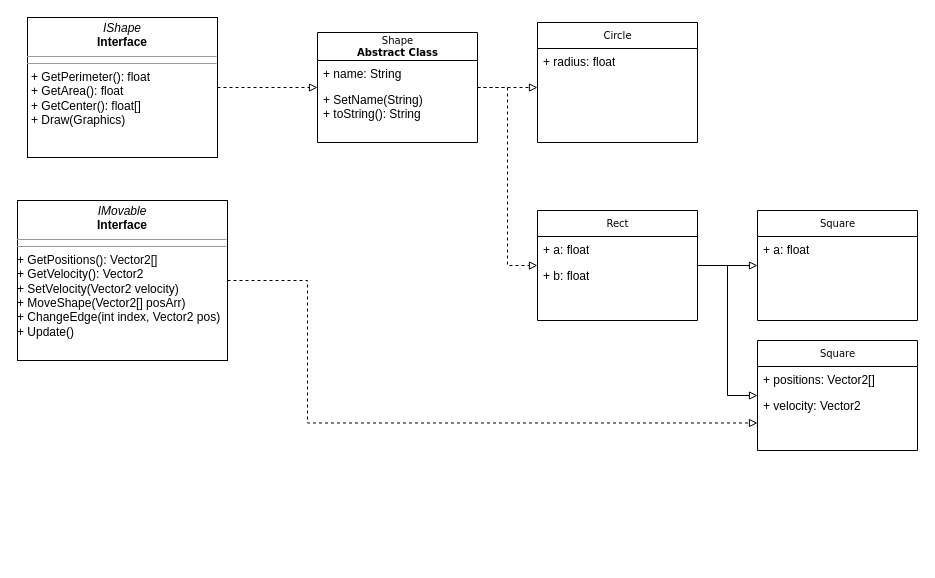
Earlier version of the draw.io diagram Graphs/Prac1.drawio (kremnev8/JavaStudy). Source tidied: cells renumbered, new cells numbered last; positions are measured from the earlier drawing's top-left corner, leaving out a move shared by most shapes. Both pictures are drawn from the tidied source at 100%, with x=0, y=0 at pixel (17, 17).
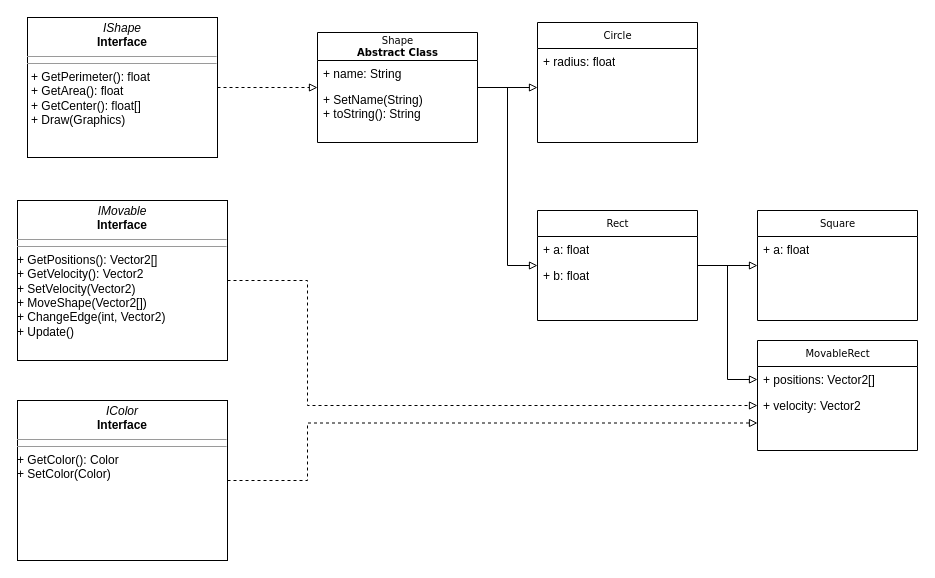
Above is the later version.

The change refers to these unchanged cells:
```xml
<mxCell id="7" value="&lt;div&gt;Shape&lt;/div&gt;&lt;div&gt;&lt;b&gt;Abstract Class&lt;/b&gt;&lt;/div&gt;" style="swimlane;html=1;fontStyle=0;horizontal=1;startSize=28;fillColor=none;swimlaneFillColor=#ffffff;rounded=0;shadow=0;comic=0;labelBackgroundColor=none;strokeWidth=1;fontFamily=Verdana;fontSize=10;align=center;" parent="1" vertex="1">
  <mxGeometry x="300" y="15" width="160" height="110" as="geometry" />
</mxCell>
<mxCell id="15" value="Rect" style="swimlane;html=1;fontStyle=0;horizontal=1;startSize=26;fillColor=none;swimlaneFillColor=#ffffff;rounded=0;shadow=0;comic=0;labelBackgroundColor=none;strokeWidth=1;fontFamily=Verdana;fontSize=10;align=center;" parent="1" vertex="1">
  <mxGeometry x="520" y="193" width="160" height="110" as="geometry" />
</mxCell>
<mxCell id="21" value="+ positions: Vector2[]" style="text;html=1;strokeColor=none;fillColor=none;align=left;verticalAlign=top;spacingLeft=4;spacingRight=4;whiteSpace=wrap;overflow=hidden;points=[[0,0.5],[1,0.5]];portConstraint=eastwest;" parent="20" vertex="1">
  <mxGeometry y="26" width="160" height="26" as="geometry" />
</mxCell>
<mxCell id="22" value="+ velocity: Vector2" style="text;html=1;strokeColor=none;fillColor=none;align=left;verticalAlign=top;spacingLeft=4;spacingRight=4;whiteSpace=wrap;overflow=hidden;points=[[0,0.5],[1,0.5]];portConstraint=eastwest;" parent="20" vertex="1">
  <mxGeometry y="52" width="160" height="26" as="geometry" />
</mxCell>
```

What changed in the source:
```diff
@@
-    <mxCell id="3" style="edgeStyle=orthogonalEdgeStyle;rounded=0;jettySize=auto;html=1;entryX=0;entryY=0.75;entryDx=0;entryDy=0;endArrow=block;endFill=0;dashed=1;" parent="1" edge="1" source="4" target="20">
+    <mxCell id="3" style="edgeStyle=orthogonalEdgeStyle;rounded=0;jettySize=auto;html=1;endArrow=block;endFill=0;dashed=1;entryX=0;entryY=0.5;entryDx=0;entryDy=0;" parent="1" edge="1" source="4" target="22">
       <mxGeometry relative="1" as="geometry">
         <Array as="points">
           <mxPoint x="290" y="263" />
-          <mxPoint x="290" y="406" />
+          <mxPoint x="290" y="388" />
         </Array>
       </mxGeometry>
     </mxCell>
-    <mxCell id="4" value="&lt;p style=&quot;margin: 0px ; margin-top: 4px ; text-align: center&quot;&gt;&lt;i&gt;IMovable&lt;/i&gt;&lt;br&gt;&lt;b&gt;Interface&lt;/b&gt;&lt;/p&gt;&lt;hr size=&quot;1&quot;&gt;&lt;hr size=&quot;1&quot;&gt;+ GetPositions(): Vector2[]&lt;br&gt;+ GetVelocity(): Vector2&lt;br&gt;+ SetVelocity(Vector2 velocity)&lt;br&gt;+ MoveShape(Vector2[] posArr)&lt;br&gt;+ ChangeEdge(int index, Vector2 pos)&lt;br&gt;+ Update()" style="verticalAlign=top;align=left;overflow=fill;fontSize=12;fontFamily=Helvetica;html=1;rounded=0;shadow=0;comic=0;labelBackgroundColor=none;strokeWidth=1;" parent="1" vertex="1">
+    <mxCell id="4" value="&lt;p style=&quot;margin: 0px ; margin-top: 4px ; text-align: center&quot;&gt;&lt;i&gt;IMovable&lt;/i&gt;&lt;br&gt;&lt;b&gt;Interface&lt;/b&gt;&lt;/p&gt;&lt;hr size=&quot;1&quot;&gt;&lt;hr size=&quot;1&quot;&gt;+ GetPositions(): Vector2[]&lt;br&gt;+ GetVelocity(): Vector2&lt;br&gt;+ SetVelocity(Vector2)&lt;br&gt;+ MoveShape(Vector2[])&lt;br&gt;+ ChangeEdge(int, Vector2)&lt;br&gt;+ Update()" style="verticalAlign=top;align=left;overflow=fill;fontSize=12;fontFamily=Helvetica;html=1;rounded=0;shadow=0;comic=0;labelBackgroundColor=none;strokeWidth=1;" parent="1" vertex="1">
       <mxGeometry y="183" width="210" height="160" as="geometry" />
     </mxCell>
@@
-    <mxCell id="10" style="endArrow=block;html=1;dashed=1;exitX=1;exitY=0.5;exitDx=0;exitDy=0;entryX=0;entryY=0.5;entryDx=0;entryDy=0;endFill=0;rounded=0;" parent="1" edge="1" source="7" target="15">
+    <mxCell id="10" style="endArrow=block;html=1;exitX=1;exitY=0.5;exitDx=0;exitDy=0;entryX=0;entryY=0.5;entryDx=0;entryDy=0;endFill=0;rounded=0;" parent="1" edge="1" source="7" target="15">
       <mxGeometry relative="1" as="geometry">
         <Array as="points">
           <mxPoint x="490" y="70" />
           <mxPoint x="490" y="248" />
         </Array>
       </mxGeometry>
     </mxCell>
-    <mxCell id="11" style="endArrow=block;html=1;dashed=1;entryX=0;entryY=0.5;entryDx=0;entryDy=0;exitX=1;exitY=0.5;exitDx=0;exitDy=0;rounded=0;endFill=0;" parent="1" edge="1" source="7">
+    <mxCell id="11" style="endArrow=block;html=1;entryX=0;entryY=0.5;entryDx=0;entryDy=0;exitX=1;exitY=0.5;exitDx=0;exitDy=0;rounded=0;endFill=0;" parent="1" edge="1" source="7">
       <mxGeometry relative="1" as="geometry">
         <mxPoint x="520" y="70" as="targetPoint" />
       </mxGeometry>
     </mxCell>
@@
-    <mxCell id="14" style="edgeStyle=orthogonalEdgeStyle;rounded=0;jettySize=auto;html=1;entryX=0;entryY=0.5;entryDx=0;entryDy=0;endArrow=block;endFill=0;" parent="1" edge="1" source="15" target="20">
-      <mxGeometry relative="1" as="geometry" />
+    <mxCell id="14" style="edgeStyle=orthogonalEdgeStyle;rounded=0;jettySize=auto;html=1;entryX=0;entryY=0.5;entryDx=0;entryDy=0;endArrow=block;endFill=0;" parent="1" edge="1" source="15" target="21">
+      <mxGeometry relative="1" as="geometry">
+        <Array as="points">
+          <mxPoint x="710" y="248" />
+          <mxPoint x="710" y="362" />
+        </Array>
+      </mxGeometry>
     </mxCell>
@@
-    <mxCell id="20" value="Square" style="swimlane;html=1;fontStyle=0;horizontal=1;startSize=26;fillColor=none;swimlaneFillColor=#ffffff;rounded=0;shadow=0;comic=0;labelBackgroundColor=none;strokeWidth=1;fontFamily=Verdana;fontSize=10;align=center;" parent="1" vertex="1">
+    <mxCell id="20" value="MovableRect" style="swimlane;html=1;fontStyle=0;horizontal=1;startSize=26;fillColor=none;swimlaneFillColor=#ffffff;rounded=0;shadow=0;comic=0;labelBackgroundColor=none;strokeWidth=1;fontFamily=Verdana;fontSize=10;align=center;" parent="1" vertex="1">
       <mxGeometry x="740" y="323" width="160" height="110" as="geometry" />
     </mxCell>
@@
+    <mxCell id="23" style="edgeStyle=orthogonalEdgeStyle;rounded=0;jettySize=auto;html=1;entryX=0;entryY=0.75;entryDx=0;entryDy=0;dashed=1;endArrow=block;endFill=0;" parent="1" edge="1" source="24" target="20">
+      <mxGeometry relative="1" as="geometry">
+        <Array as="points">
+          <mxPoint x="290" y="463" />
+          <mxPoint x="290" y="406" />
+        </Array>
+      </mxGeometry>
+    </mxCell>
+    <mxCell id="24" value="&lt;p style=&quot;margin: 0px ; margin-top: 4px ; text-align: center&quot;&gt;&lt;i&gt;IColor&lt;/i&gt;&lt;br&gt;&lt;b&gt;Interface&lt;/b&gt;&lt;/p&gt;&lt;hr size=&quot;1&quot;&gt;&lt;hr size=&quot;1&quot;&gt;+ GetColor(): Color&lt;br&gt;+ SetColor(Color)" style="verticalAlign=top;align=left;overflow=fill;fontSize=12;fontFamily=Helvetica;html=1;rounded=0;shadow=0;comic=0;labelBackgroundColor=none;strokeWidth=1;" parent="1" vertex="1">
+      <mxGeometry y="383" width="210" height="160" as="geometry" />
+    </mxCell>
```
